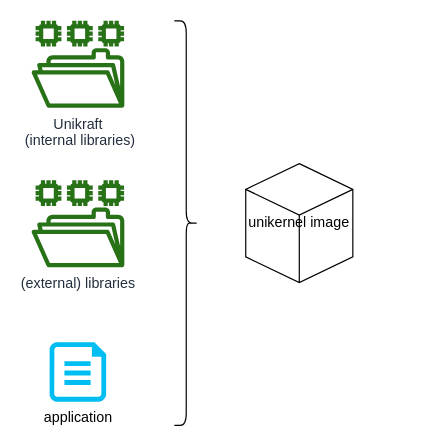
This is content/en/community/hackathons/sessions/baby-steps/images/unikraft_components.drawio from unikraft/docs, a draw.io file, before an edit. Source tidied: cells renumbered, new cells numbered last; positions are measured from the earlier drawing's top-left corner, leaving out a move shared by most shapes. Both pictures are drawn from the tidied source at 119%, with x=0, y=0 at pixel (31, 20).
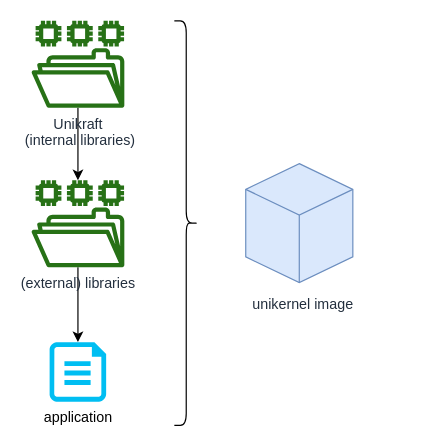
Above is the later version.

What changed in the source:
```diff
@@
 <mxGraphModel>
   <root>
     <mxCell id="0" />
     <mxCell id="1" parent="0" />
+    <mxCell id="7" style="edgeStyle=orthogonalEdgeStyle;rounded=0;jettySize=auto;html=1;" parent="1" edge="1" source="2" target="3">
+      <mxGeometry relative="1" as="geometry" />
+    </mxCell>
     <mxCell id="2" value="&lt;div&gt;Unikraft&lt;/div&gt;&amp;nbsp;(internal libraries)" style="outlineConnect=0;fontColor=#232F3E;gradientColor=none;fillColor=#277116;strokeColor=none;dashed=0;verticalLabelPosition=bottom;verticalAlign=top;align=center;html=1;fontSize=12;fontStyle=0;shape=mxgraph.aws4.file_system;" parent="1" vertex="1">
       <mxGeometry width="78" height="73" as="geometry" />
     </mxCell>
+    <mxCell id="8" style="edgeStyle=orthogonalEdgeStyle;rounded=0;jettySize=auto;html=1;" parent="1" edge="1" source="3" target="4">
+      <mxGeometry relative="1" as="geometry" />
+    </mxCell>
     <mxCell id="3" value="(external) libraries" style="outlineConnect=0;fontColor=#232F3E;gradientColor=none;fillColor=#277116;strokeColor=none;dashed=0;verticalLabelPosition=bottom;verticalAlign=top;align=center;html=1;fontSize=12;fontStyle=0;shape=mxgraph.aws4.file_system;" parent="1" vertex="1">
       <mxGeometry y="134" width="78" height="73" as="geometry" />
     </mxCell>
     <mxCell id="4" value="application" style="verticalLabelPosition=bottom;html=1;verticalAlign=top;align=center;strokeColor=none;fillColor=#00BEF2;shape=mxgraph.azure.cloud_services_configuration_file;" parent="1" vertex="1">
       <mxGeometry x="15.2" y="270" width="47.5" height="50" as="geometry" />
     </mxCell>
     <mxCell id="5" style="shape=curlyBracket;whiteSpace=wrap;html=1;rounded=1;flipH=1;" parent="1" vertex="1">
       <mxGeometry x="120" width="20" height="340" as="geometry" />
     </mxCell>
-    <mxCell id="6" value="unikernel image" style="html=1;whiteSpace=wrap;shape=isoCube2;backgroundOutline=1;isoAngle=15;" parent="1" vertex="1">
+    <mxCell id="6" style="html=1;whiteSpace=wrap;shape=isoCube2;backgroundOutline=1;isoAngle=15;fillColor=#dae8fc;strokeColor=#6c8ebf;" parent="1" vertex="1">
       <mxGeometry x="180" y="120" width="90" height="100" as="geometry" />
     </mxCell>
+    <mxCell id="9" value="&lt;font color=&quot;#232f3e&quot;&gt;unikernel image&lt;/font&gt;" style="text;whiteSpace=wrap;html=1;" parent="1" vertex="1">
+      <mxGeometry x="184" y="225" width="130" height="40" as="geometry" />
+    </mxCell>
   </root>
 </mxGraphModel>
```
